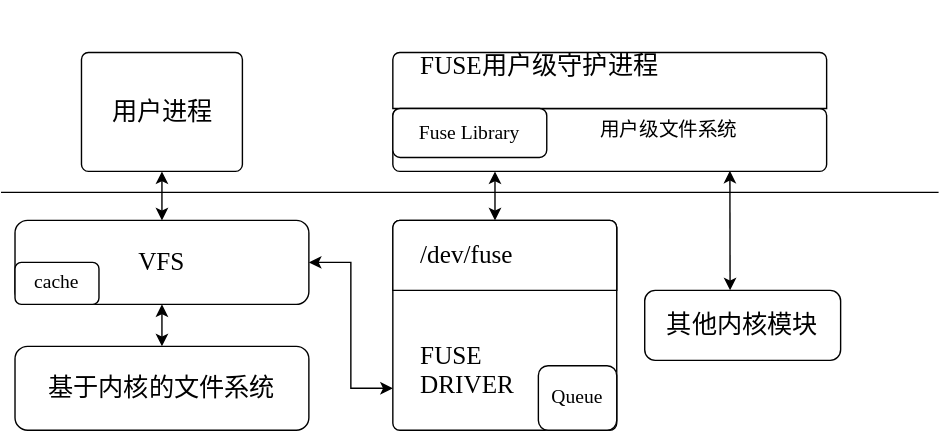
This is 未命名绘图.drawio.svg from 493520280/blog-img, a draw.io export, as it was before one commit. Source tidied: cells renumbered, new cells last; positions are measured from the earlier drawing's top-left corner, leaving out a move shared by most shapes.
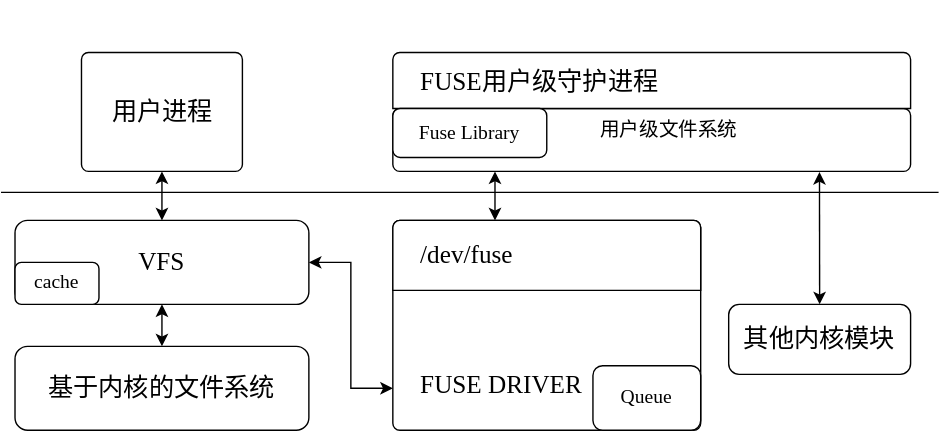
Later version of the same file.

Commit message:
更新未命名绘图.drawio.svg

What changed in the source:
```diff
@@ -35,23 +35,23 @@
         </Array>
       </mxGeometry>
     </mxCell>
-    <mxCell id="10" value="&lt;span style=&quot;font-weight: normal;&quot;&gt;&lt;font style=&quot;font-size: 18px;&quot; face=&quot;Times New Roman&quot;&gt;FUSE &lt;br&gt;DRIVER&lt;/font&gt;&lt;/span&gt;" style="html=1;shadow=0;dashed=0;shape=mxgraph.bootstrap.rrect;rSize=5;html=1;whiteSpace=wrap;verticalAlign=bottom;align=left;spacing=20;spacingBottom=0;fontSize=14;fontStyle=1;" parent="1" vertex="1">
-      <mxGeometry x="280" y="120" width="160" height="150" as="geometry" />
+    <mxCell id="10" value="&lt;span style=&quot;font-weight: normal;&quot;&gt;&lt;font style=&quot;font-size: 18px;&quot; face=&quot;Times New Roman&quot;&gt;FUSE DRIVER&lt;/font&gt;&lt;/span&gt;" style="html=1;shadow=0;dashed=0;shape=mxgraph.bootstrap.rrect;rSize=5;html=1;whiteSpace=wrap;verticalAlign=bottom;align=left;spacing=20;spacingBottom=0;fontSize=14;fontStyle=1;" parent="1" vertex="1">
+      <mxGeometry x="280" y="120" width="220" height="150" as="geometry" />
     </mxCell>
     <mxCell id="11" value="&lt;font face=&quot;Times New Roman&quot;&gt;/dev/fuse&lt;/font&gt;" style="html=1;shadow=0;dashed=0;shape=mxgraph.bootstrap.topButton;rSize=5;perimeter=none;whiteSpace=wrap;fontSize=18;align=left;spacing=20;" parent="10" vertex="1">
-      <mxGeometry width="160" height="50" relative="1" as="geometry" />
+      <mxGeometry width="220" height="50" relative="1" as="geometry" />
     </mxCell>
     <mxCell id="12" value="&lt;font style=&quot;font-size: 14px;&quot; face=&quot;Times New Roman&quot;&gt;Queue&lt;/font&gt;" style="rounded=1;whiteSpace=wrap;html=1;" parent="10" vertex="1">
-      <mxGeometry x="104" y="103.8" width="56" height="46.2" as="geometry" />
+      <mxGeometry x="143" y="103.8" width="77" height="46.2" as="geometry" />
     </mxCell>
     <mxCell id="13" value="&lt;font style=&quot;font-size: 18px;&quot; face=&quot;Times New Roman&quot;&gt;其他内核模块&lt;/font&gt;" style="rounded=1;whiteSpace=wrap;html=1;" parent="1" vertex="1">
-      <mxGeometry x="460" y="170" width="140" height="50" as="geometry" />
+      <mxGeometry x="520" y="180" width="130" height="50" as="geometry" />
     </mxCell>
     <mxCell id="14" value="&amp;nbsp; &amp;nbsp; &amp;nbsp; &amp;nbsp; &amp;nbsp; &amp;nbsp; &amp;nbsp; &amp;nbsp; &amp;nbsp; &amp;nbsp; &amp;nbsp; &amp;nbsp; &amp;nbsp; &amp;nbsp; &amp;nbsp; &amp;nbsp; &amp;nbsp; &amp;nbsp; &amp;nbsp; &amp;nbsp;&lt;br style=&quot;font-size: 14px;&quot;&gt;&amp;nbsp; &amp;nbsp; &amp;nbsp; &amp;nbsp; &amp;nbsp; &amp;nbsp; &amp;nbsp; &amp;nbsp; &amp;nbsp; &amp;nbsp; &amp;nbsp; &amp;nbsp; &lt;br style=&quot;font-size: 14px;&quot;&gt;&amp;nbsp; &amp;nbsp; &amp;nbsp; &amp;nbsp; &amp;nbsp; &amp;nbsp; &amp;nbsp; &amp;nbsp; &amp;nbsp; &amp;nbsp; &amp;nbsp; &amp;nbsp; &amp;nbsp; &amp;nbsp; &amp;nbsp; &amp;nbsp; &amp;nbsp; &lt;br&gt;&amp;nbsp; &amp;nbsp; &amp;nbsp; &amp;nbsp; &amp;nbsp; &amp;nbsp; &amp;nbsp; &amp;nbsp; &amp;nbsp; &amp;nbsp; &amp;nbsp; &amp;nbsp; &amp;nbsp; &amp;nbsp; &amp;nbsp; &amp;nbsp; &amp;nbsp; &amp;nbsp; &lt;br&gt;&lt;br&gt;&amp;nbsp; &amp;nbsp; &amp;nbsp; &amp;nbsp; &amp;nbsp; &amp;nbsp; &amp;nbsp; &amp;nbsp; &amp;nbsp; &amp;nbsp; &amp;nbsp; &amp;nbsp; &amp;nbsp; &amp;nbsp; &amp;nbsp; &amp;nbsp; &amp;nbsp;&lt;font style=&quot;font-size: 14px;&quot; face=&quot;Times New Roman&quot;&gt;用户级文件系统&lt;/font&gt;" style="html=1;shadow=0;dashed=0;shape=mxgraph.bootstrap.rrect;rSize=5;html=1;whiteSpace=wrap;verticalAlign=bottom;align=left;spacing=20;spacingBottom=0;fontSize=14;" parent="1" vertex="1">
-      <mxGeometry x="280" y="40" width="310" height="45" as="geometry" />
+      <mxGeometry x="280" y="40" width="370" height="45" as="geometry" />
     </mxCell>
-    <mxCell id="15" value="&lt;font face=&quot;Times New Roman&quot;&gt;FUSE用户级守护进程&lt;/font&gt;" style="html=1;shadow=0;dashed=0;shape=mxgraph.bootstrap.topButton;rSize=5;perimeter=none;whiteSpace=wrap;fontSize=18;align=left;spacing=20;" parent="1" vertex="1">
-      <mxGeometry x="280" width="310" height="40" as="geometry">
+    <mxCell id="15" value="&lt;font face=&quot;Times New Roman&quot;&gt;&lt;br&gt;FUSE用户级守护进程&lt;br&gt;&lt;/font&gt;" style="html=1;shadow=0;dashed=0;shape=mxgraph.bootstrap.topButton;rSize=5;perimeter=none;whiteSpace=wrap;fontSize=18;align=left;spacing=20;" parent="1" vertex="1">
+      <mxGeometry x="280" width="370" height="40" as="geometry">
         <mxPoint y="-10" as="offset" />
       </mxGeometry>
     </mxCell>
@@ -64,10 +64,8 @@
         <mxPoint x="353" y="85" as="targetPoint" />
       </mxGeometry>
     </mxCell>
-    <mxCell id="18" style="endArrow=classic;startArrow=classic;html=1;rounded=0;entryX=0.777;entryY=0.989;entryDx=0;entryDy=0;entryPerimeter=0;" parent="1" edge="1" target="14">
-      <mxGeometry relative="1" as="geometry">
-        <mxPoint x="521" y="170" as="sourcePoint" />
-      </mxGeometry>
+    <mxCell id="18" style="endArrow=classic;startArrow=classic;html=1;rounded=0;exitX=0.5;exitY=0;exitDx=0;exitDy=0;entryX=0.824;entryY=1.009;entryDx=0;entryDy=0;entryPerimeter=0;" parent="1" edge="1" source="13" target="14">
+      <mxGeometry relative="1" as="geometry" />
     </mxCell>
   </root>
 </mxGraphModel>
```
